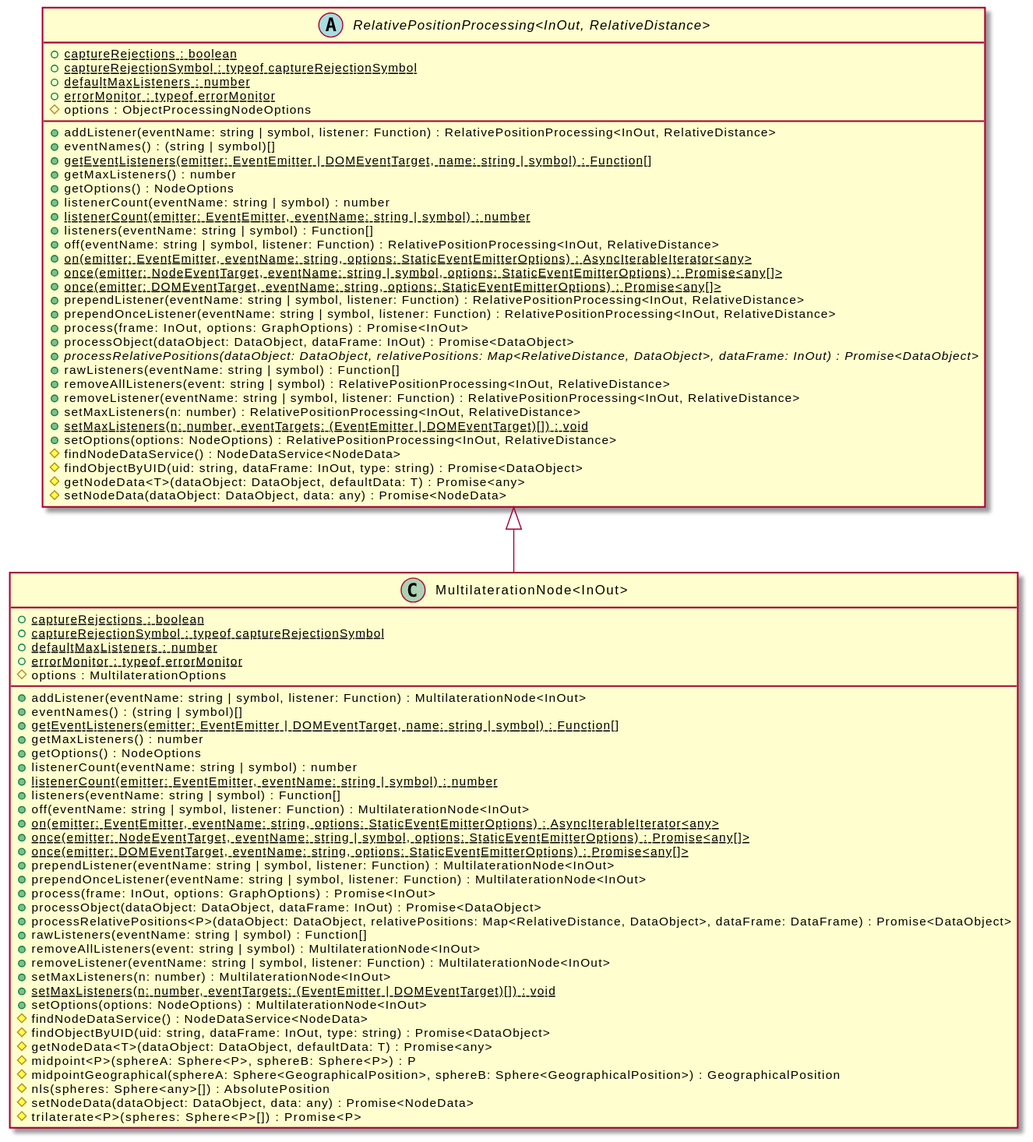
OpenHPS/openhps-core keeps this PlantUML diagram as assets/MultilaterationNode-umlClassDiagram-14676.svg. Above is the earlier version.
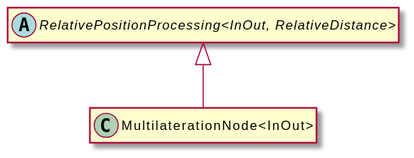
Later version of the same file.

The edit, as a diff of the source:
```diff
@@ -3,76 +3,8 @@
 hide empty methods
 hide empty fields
 class "MultilaterationNode<InOut>" {
-    {static} +captureRejections : boolean
-    {static} +captureRejectionSymbol : typeof captureRejectionSymbol
-    {static} +defaultMaxListeners : number
-    {static} +errorMonitor : typeof errorMonitor
-    #options : MultilaterationOptions
-    +addListener(eventName: string | symbol, listener: Function) : MultilaterationNode<InOut>
-    +eventNames() : (string | symbol)[]
-    {static} +getEventListeners(emitter: EventEmitter | DOMEventTarget, name: string | symbol) : Function[]
-    +getMaxListeners() : number
-    +getOptions() : NodeOptions
-    +listenerCount(eventName: string | symbol) : number
-    {static} +listenerCount(emitter: EventEmitter, eventName: string | symbol) : number
-    +listeners(eventName: string | symbol) : Function[]
-    +off(eventName: string | symbol, listener: Function) : MultilaterationNode<InOut>
-    {static} +on(emitter: EventEmitter, eventName: string, options: StaticEventEmitterOptions) : AsyncIterableIterator<any>
-    {static} +once(emitter: NodeEventTarget, eventName: string | symbol, options: StaticEventEmitterOptions) : Promise<any[]>
-    {static} +once(emitter: DOMEventTarget, eventName: string, options: StaticEventEmitterOptions) : Promise<any[]>
-    +prependListener(eventName: string | symbol, listener: Function) : MultilaterationNode<InOut>
-    +prependOnceListener(eventName: string | symbol, listener: Function) : MultilaterationNode<InOut>
-    +process(frame: InOut, options: GraphOptions) : Promise<InOut>
-    +processObject(dataObject: DataObject, dataFrame: InOut) : Promise<DataObject>
-    +processRelativePositions<P>(dataObject: DataObject, relativePositions: Map<RelativeDistance, DataObject>, dataFrame: DataFrame) : Promise<DataObject>
-    +rawListeners(eventName: string | symbol) : Function[]
-    +removeAllListeners(event: string | symbol) : MultilaterationNode<InOut>
-    +removeListener(eventName: string | symbol, listener: Function) : MultilaterationNode<InOut>
-    +setMaxListeners(n: number) : MultilaterationNode<InOut>
-    {static} +setMaxListeners(n: number, eventTargets: (EventEmitter | DOMEventTarget)[]) : void
-    +setOptions(options: NodeOptions) : MultilaterationNode<InOut>
-    #findNodeDataService() : NodeDataService<NodeData>
-    #findObjectByUID(uid: string, dataFrame: InOut, type: string) : Promise<DataObject>
-    #getNodeData<T>(dataObject: DataObject, defaultData: T) : Promise<any>
-    #midpoint<P>(sphereA: Sphere<P>, sphereB: Sphere<P>) : P
-    #midpointGeographical(sphereA: Sphere<GeographicalPosition>, sphereB: Sphere<GeographicalPosition>) : GeographicalPosition
-    #nls(spheres: Sphere<any>[]) : AbsolutePosition
-    #setNodeData(dataObject: DataObject, data: any) : Promise<NodeData>
-    #trilaterate<P>(spheres: Sphere<P>[]) : Promise<P>
 }
 abstract class "RelativePositionProcessing<InOut, RelativeDistance>" {
-    {static} +captureRejections : boolean
-    {static} +captureRejectionSymbol : typeof captureRejectionSymbol
-    {static} +defaultMaxListeners : number
-    {static} +errorMonitor : typeof errorMonitor
-    #options : ObjectProcessingNodeOptions
-    +addListener(eventName: string | symbol, listener: Function) : RelativePositionProcessing<InOut, RelativeDistance>
-    +eventNames() : (string | symbol)[]
-    {static} +getEventListeners(emitter: EventEmitter | DOMEventTarget, name: string | symbol) : Function[]
-    +getMaxListeners() : number
-    +getOptions() : NodeOptions
-    +listenerCount(eventName: string | symbol) : number
-    {static} +listenerCount(emitter: EventEmitter, eventName: string | symbol) : number
-    +listeners(eventName: string | symbol) : Function[]
-    +off(eventName: string | symbol, listener: Function) : RelativePositionProcessing<InOut, RelativeDistance>
-    {static} +on(emitter: EventEmitter, eventName: string, options: StaticEventEmitterOptions) : AsyncIterableIterator<any>
-    {static} +once(emitter: NodeEventTarget, eventName: string | symbol, options: StaticEventEmitterOptions) : Promise<any[]>
-    {static} +once(emitter: DOMEventTarget, eventName: string, options: StaticEventEmitterOptions) : Promise<any[]>
-    +prependListener(eventName: string | symbol, listener: Function) : RelativePositionProcessing<InOut, RelativeDistance>
-    +prependOnceListener(eventName: string | symbol, listener: Function) : RelativePositionProcessing<InOut, RelativeDistance>
-    +process(frame: InOut, options: GraphOptions) : Promise<InOut>
-    +processObject(dataObject: DataObject, dataFrame: InOut) : Promise<DataObject>
-    {abstract} +processRelativePositions(dataObject: DataObject, relativePositions: Map<RelativeDistance, DataObject>, dataFrame: InOut) : Promise<DataObject>
-    +rawListeners(eventName: string | symbol) : Function[]
-    +removeAllListeners(event: string | symbol) : RelativePositionProcessing<InOut, RelativeDistance>
-    +removeListener(eventName: string | symbol, listener: Function) : RelativePositionProcessing<InOut, RelativeDistance>
-    +setMaxListeners(n: number) : RelativePositionProcessing<InOut, RelativeDistance>
-    {static} +setMaxListeners(n: number, eventTargets: (EventEmitter | DOMEventTarget)[]) : void
-    +setOptions(options: NodeOptions) : RelativePositionProcessing<InOut, RelativeDistance>
-    #findNodeDataService() : NodeDataService<NodeData>
-    #findObjectByUID(uid: string, dataFrame: InOut, type: string) : Promise<DataObject>
-    #getNodeData<T>(dataObject: DataObject, defaultData: T) : Promise<any>
-    #setNodeData(dataObject: DataObject, data: any) : Promise<NodeData>
 }
 "RelativePositionProcessing<InOut, RelativeDistance>" <|-- "MultilaterationNode<InOut>"
 @enduml
```
